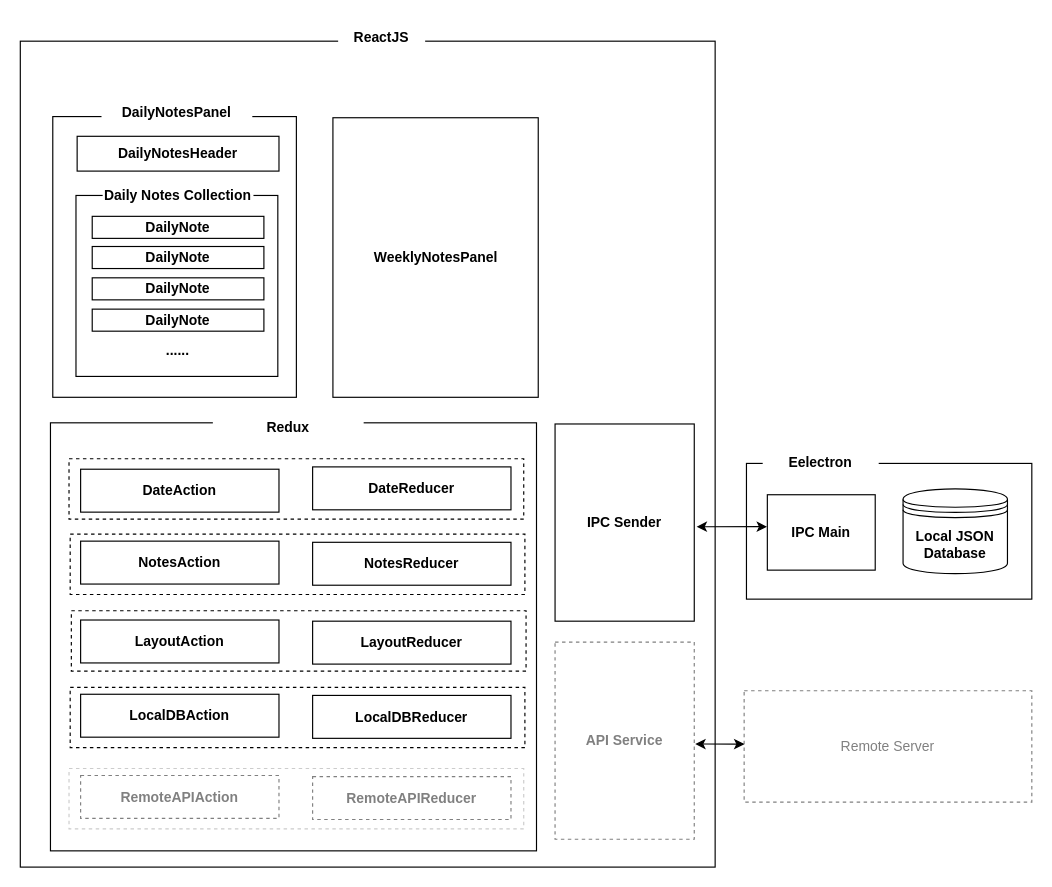
Earlier version of the draw.io diagram myPlanner.drawio (UMTERPS/myPlannerPublic). Source tidied: cells renumbered, new cells numbered last; positions are measured from the earlier drawing's top-left corner, leaving out a move shared by most shapes. Both pictures are drawn from the tidied source at 116%, with x=0, y=0 at pixel (20, 20).
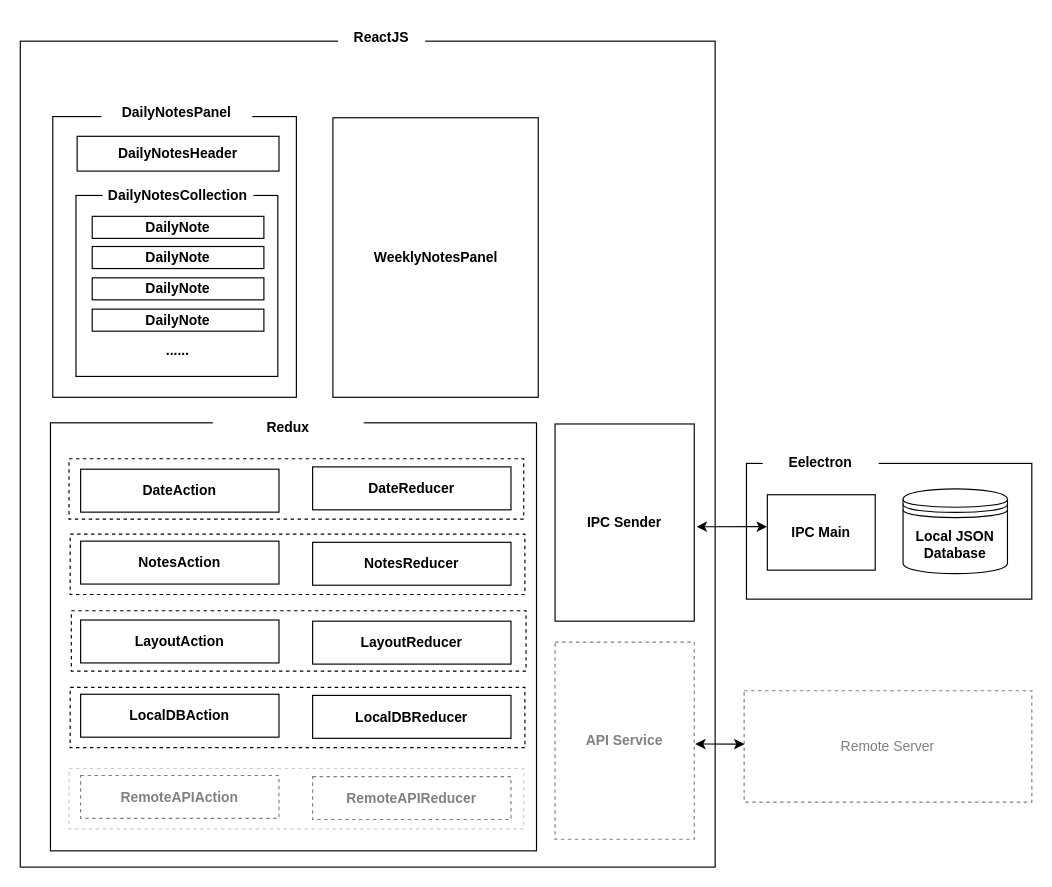
After the change.

Commit message (it also covers changes not shown here):
MYD-4 Refine existing code to reflect the latest name convention in the system design diagram

Unchanged cells that the change refers to:
```xml
<mxCell id="8" style="group;fontStyle=1;" parent="4" vertex="1">
  <mxGeometry x="20" y="71" width="174" height="171" as="geometry" />
</mxCell>
```

Change to the diagram source:
```diff
@@
-    <mxCell id="10" value="Daily Notes Collection" style="rounded=0;whiteSpace=wrap;html=1;strokeColor=none;fontStyle=1;" parent="8" vertex="1">
+    <mxCell id="10" value="DailyNotesCollection" style="rounded=0;whiteSpace=wrap;html=1;strokeColor=none;fontStyle=1;" parent="8" vertex="1">
       <mxGeometry x="23" width="130" height="30" as="geometry" />
     </mxCell>
```
